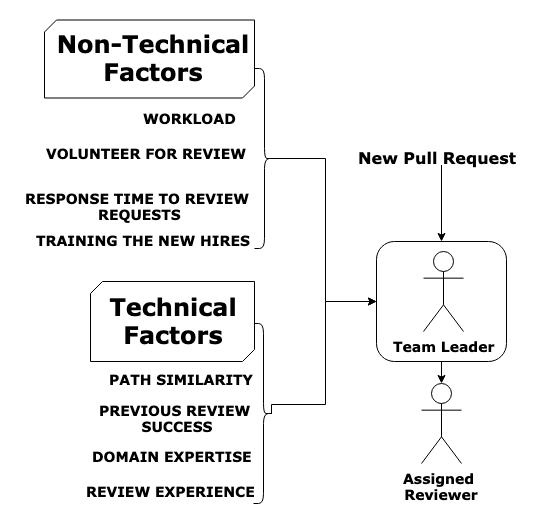
Above: img/real-life.png in emredogan7/esem2019-paper-presentation (draw.io), before the change. Source tidied: cells renumbered, new cells last; positions are measured from the earlier drawing's top-left corner, leaving out a move shared by most shapes.
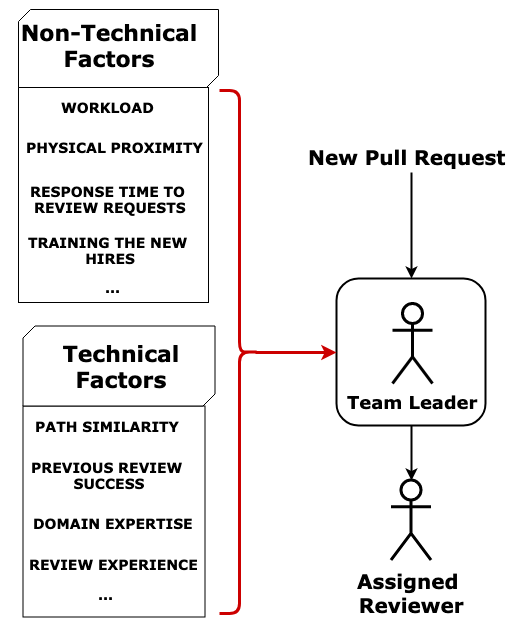
The same diagram one commit later.

Diff of the diagram source:
```diff
@@ -2,76 +2,77 @@
   <root>
     <mxCell id="0" />
     <mxCell id="1" parent="0" />
-    <mxCell id="2" style="edgeStyle=orthogonalEdgeStyle;rounded=0;jettySize=auto;html=1;exitX=0.5;exitY=1;exitDx=0;exitDy=0;entryX=0.5;entryY=0;entryDx=0;entryDy=0;entryPerimeter=0;" parent="1" edge="1" source="3" target="15">
+    <mxCell id="2" style="edgeStyle=orthogonalEdgeStyle;rounded=0;jettySize=auto;html=1;exitX=0.5;exitY=1;exitDx=0;exitDy=0;entryX=0.5;entryY=0;entryDx=0;entryDy=0;entryPerimeter=0;fontSize=13;strokeWidth=2;" parent="1" edge="1" source="3" target="15">
       <mxGeometry relative="1" as="geometry" />
     </mxCell>
-    <mxCell id="3" style="rounded=1;whiteSpace=wrap;html=1;" parent="1" vertex="1">
-      <mxGeometry x="357" y="221" width="130" height="120" as="geometry" />
+    <mxCell id="3" style="rounded=1;whiteSpace=wrap;html=1;fontSize=13;strokeWidth=2;" parent="1" vertex="1">
+      <mxGeometry x="357" y="241" width="149" height="147" as="geometry" />
     </mxCell>
-    <mxCell id="4" value="&lt;font face=&quot;Verdana&quot;&gt;&lt;span style=&quot;font-size: 14px&quot;&gt;&lt;b&gt;VOLUNTEER FOR REVIEW&lt;/b&gt;&lt;/span&gt;&lt;/font&gt;" style="text;html=1;align=left;verticalAlign=top;spacingTop=-4;" parent="1" vertex="1">
-      <mxGeometry x="25" y="123" width="220" height="20" as="geometry" />
-    </mxCell>
-    <mxCell id="5" value="&lt;font face=&quot;Verdana&quot;&gt;&lt;span style=&quot;font-size: 14px&quot;&gt;&lt;b&gt;WORKLOAD&lt;/b&gt;&lt;/span&gt;&lt;/font&gt;" style="text;html=1;align=center;verticalAlign=top;spacingTop=-4;" parent="1" vertex="1">
-      <mxGeometry x="115" y="88" width="110" height="20" as="geometry" />
-    </mxCell>
-    <mxCell id="6" value="&lt;b&gt;&lt;font face=&quot;Verdana&quot; style=&quot;font-size: 14px&quot;&gt;RESPONSE TIME&amp;nbsp;TO REVIEW &lt;br&gt;REQUESTS&lt;br&gt;&lt;/font&gt;&lt;/b&gt;" style="text;html=1;align=center;verticalAlign=top;spacingTop=-4;" parent="1" vertex="1">
-      <mxGeometry y="168" width="240" height="30" as="geometry" />
-    </mxCell>
-    <mxCell id="7" value="&lt;b&gt;&lt;font face=&quot;Verdana&quot; style=&quot;font-size: 14px&quot;&gt;TRAINING THE NEW HIRES&lt;/font&gt;&lt;/b&gt;" style="text;html=1;align=left;verticalAlign=top;spacingTop=-4;" parent="1" vertex="1">
-      <mxGeometry x="15" y="210" width="230" height="20" as="geometry" />
-    </mxCell>
-    <mxCell id="8" style="verticalLabelPosition=bottom;verticalAlign=top;html=1;shape=mxgraph.basic.diag_snip_rect;dx=6;" parent="1" vertex="1">
-      <mxGeometry x="25" y="-0.5" width="210" height="78" as="geometry" />
-    </mxCell>
-    <mxCell id="9" value="&lt;font face=&quot;Verdana&quot;&gt;&lt;span style=&quot;font-size: 24px&quot;&gt;&lt;b&gt;Non-Technical Factors&lt;/b&gt;&lt;/span&gt;&lt;/font&gt;" style="text;html=1;strokeColor=none;fillColor=none;align=center;verticalAlign=middle;whiteSpace=wrap;rounded=0;" parent="1" vertex="1">
-      <mxGeometry x="34" y="16.5" width="200" height="40" as="geometry" />
-    </mxCell>
-    <mxCell id="10" style="edgeStyle=orthogonalEdgeStyle;rounded=0;jettySize=auto;html=1;exitX=0.1;exitY=0.5;exitDx=0;exitDy=0;exitPerimeter=0;entryX=0;entryY=0.5;entryDx=0;entryDy=0;" parent="1" edge="1" source="11" target="3">
-      <mxGeometry relative="1" as="geometry" />
-    </mxCell>
-    <mxCell id="11" style="shape=curlyBracket;whiteSpace=wrap;html=1;rounded=1;rotation=0;direction=west;" parent="1" vertex="1">
-      <mxGeometry x="235" y="48" width="20" height="180" as="geometry" />
-    </mxCell>
-    <mxCell id="12" style="edgeStyle=orthogonalEdgeStyle;rounded=0;jettySize=auto;html=1;" parent="1" edge="1" source="13" target="3">
+    <mxCell id="12" style="edgeStyle=orthogonalEdgeStyle;rounded=0;jettySize=auto;html=1;fontSize=18;entryX=0.5;entryY=0;entryDx=0;entryDy=0;strokeWidth=2;" parent="1" edge="1" source="13" target="3">
       <mxGeometry relative="1" as="geometry" />
     </mxCell>
-    <mxCell id="13" value="&lt;font face=&quot;Verdana&quot; style=&quot;font-size: 16px&quot;&gt;&lt;b&gt;New Pull Request&lt;/b&gt;&lt;/font&gt;" style="text;html=1;points=[];align=left;verticalAlign=top;spacingTop=-4;" parent="1" vertex="1">
-      <mxGeometry x="337" y="124.5" width="170" height="20" as="geometry" />
+    <mxCell id="13" value="&lt;font face=&quot;Verdana&quot; size=&quot;1&quot;&gt;&lt;b style=&quot;font-size: 20px&quot;&gt;New Pull Request&lt;/b&gt;&lt;/font&gt;" style="text;html=1;points=[];align=left;verticalAlign=top;spacingTop=-4;fontSize=18;" parent="1" vertex="1">
+      <mxGeometry x="327" y="105" width="210" height="30" as="geometry" />
     </mxCell>
-    <mxCell id="14" value="&lt;font face=&quot;Verdana&quot;&gt;&lt;span style=&quot;font-size: 14px&quot;&gt;&lt;b&gt;Team Leader&lt;/b&gt;&lt;/span&gt;&lt;/font&gt;" style="shape=umlActor;verticalLabelPosition=bottom;labelBackgroundColor=#ffffff;verticalAlign=top;html=1;" parent="1" vertex="1">
-      <mxGeometry x="404" y="231" width="40" height="80" as="geometry" />
+    <mxCell id="14" value="&lt;font face=&quot;Verdana&quot; size=&quot;1&quot;&gt;&lt;b style=&quot;font-size: 18px&quot;&gt;Team Leader&lt;/b&gt;&lt;/font&gt;" style="shape=umlActor;verticalLabelPosition=bottom;labelBackgroundColor=#ffffff;verticalAlign=top;html=1;fontSize=13;strokeWidth=3;" parent="1" vertex="1">
+      <mxGeometry x="413" y="266" width="40" height="80" as="geometry" />
     </mxCell>
-    <mxCell id="15" value="&lt;font style=&quot;font-size: 14px&quot; face=&quot;Verdana&quot;&gt;&lt;b&gt;Assigned&amp;nbsp;&lt;br&gt;Reviewer&lt;/b&gt;&lt;/font&gt;" style="shape=umlActor;verticalLabelPosition=bottom;labelBackgroundColor=#ffffff;verticalAlign=top;html=1;outlineConnect=0;" parent="1" vertex="1">
-      <mxGeometry x="402" y="363" width="40" height="80" as="geometry" />
+    <mxCell id="15" value="&lt;font style=&quot;font-size: 20px&quot; face=&quot;Verdana&quot;&gt;&lt;b&gt;Assigned&amp;nbsp;&lt;br&gt;Reviewer&lt;/b&gt;&lt;/font&gt;" style="shape=umlActor;verticalLabelPosition=bottom;labelBackgroundColor=#ffffff;verticalAlign=top;html=1;outlineConnect=0;fontSize=13;strokeWidth=3;" parent="1" vertex="1">
+      <mxGeometry x="411.5" y="442.5" width="40" height="80" as="geometry" />
     </mxCell>
-    <mxCell id="16" style="edgeStyle=orthogonalEdgeStyle;rounded=0;jettySize=auto;html=1;exitX=0.1;exitY=0.5;exitDx=0;exitDy=0;exitPerimeter=0;entryX=0;entryY=0.5;entryDx=0;entryDy=0;" parent="1" edge="1" source="17" target="3">
-      <mxGeometry relative="1" as="geometry">
-        <Array as="points">
-          <mxPoint x="306" y="384" />
-          <mxPoint x="306" y="281" />
-        </Array>
-      </mxGeometry>
-    </mxCell>
-    <mxCell id="17" style="shape=curlyBracket;whiteSpace=wrap;html=1;rounded=1;rotation=180;" parent="1" vertex="1">
-      <mxGeometry x="234" y="303" width="20" height="180" as="geometry" />
-    </mxCell>
+    <mxCell id="24" style="rounded=0;whiteSpace=wrap;html=1;" parent="1" vertex="1">
+      <mxGeometry x="39" y="50" width="190" height="215" as="geometry" />
+    </mxCell>
+    <mxCell id="25" value="&lt;font face=&quot;Verdana&quot;&gt;&lt;span style=&quot;font-size: 14px&quot;&gt;&lt;b&gt;PHYSICAL PROXIMITY&lt;/b&gt;&lt;/span&gt;&lt;/font&gt;" style="text;html=1;align=center;verticalAlign=top;spacingTop=-4;" parent="1" vertex="1">
+      <mxGeometry x="40" y="100" width="190" height="20" as="geometry" />
+    </mxCell>
+    <mxCell id="5" value="&lt;font face=&quot;Verdana&quot;&gt;&lt;span style=&quot;font-size: 14px&quot;&gt;&lt;b&gt;WORKLOAD&lt;/b&gt;&lt;/span&gt;&lt;/font&gt;" style="text;html=1;align=center;verticalAlign=top;spacingTop=-4;" parent="1" vertex="1">
+      <mxGeometry x="73" y="59.5" width="110" height="20" as="geometry" />
+    </mxCell>
+    <mxCell id="6" value="&lt;b&gt;&lt;font face=&quot;Verdana&quot; style=&quot;font-size: 14px&quot;&gt;RESPONSE TIME&amp;nbsp;TO &lt;br&gt;REVIEW REQUESTS&lt;br&gt;&lt;/font&gt;&lt;/b&gt;" style="text;html=1;align=center;verticalAlign=top;spacingTop=-4;" parent="1" vertex="1">
+      <mxGeometry x="41" y="144" width="180" height="30" as="geometry" />
+    </mxCell>
+    <mxCell id="7" value="&lt;b&gt;&lt;font face=&quot;Verdana&quot; style=&quot;font-size: 14px&quot;&gt;TRAINING THE NEW&lt;br&gt;&amp;nbsp;HIRES&lt;/font&gt;&lt;/b&gt;" style="text;html=1;align=center;verticalAlign=top;spacingTop=-4;" parent="1" vertex="1">
+      <mxGeometry x="43" y="195" width="170" height="30" as="geometry" />
+    </mxCell>
+    <mxCell id="26" style="verticalLabelPosition=bottom;verticalAlign=top;html=1;shape=mxgraph.basic.diag_snip_rect;dx=6;" parent="1" vertex="1">
+      <mxGeometry x="39" y="-28" width="200" height="78" as="geometry" />
+    </mxCell>
+    <mxCell id="9" value="&lt;font face=&quot;Verdana&quot; size=&quot;1&quot;&gt;&lt;b style=&quot;font-size: 22px&quot;&gt;Non-Technical Factors&lt;/b&gt;&lt;/font&gt;" style="text;html=1;strokeColor=none;fillColor=none;align=center;verticalAlign=middle;whiteSpace=wrap;rounded=0;" parent="1" vertex="1">
+      <mxGeometry x="30" y="-12" width="200" height="40" as="geometry" />
+    </mxCell>
+    <mxCell id="27" value="&lt;b&gt;&lt;font face=&quot;Verdana&quot; style=&quot;font-size: 14px&quot;&gt;...&lt;/font&gt;&lt;/b&gt;" style="text;html=1;align=center;verticalAlign=top;spacingTop=-4;" parent="1" vertex="1">
+      <mxGeometry x="118" y="240" width="30" height="20" as="geometry" />
+    </mxCell>
+    <mxCell id="28" style="edgeStyle=orthogonalEdgeStyle;rounded=0;jettySize=auto;html=1;exitX=0.1;exitY=0.5;exitDx=0;exitDy=0;exitPerimeter=0;strokeColor=#CC0000;strokeWidth=3;" parent="1" edge="1" source="29" target="3">
+      <mxGeometry relative="1" as="geometry" />
+    </mxCell>
+    <mxCell id="29" style="shape=curlyBracket;whiteSpace=wrap;html=1;rounded=1;rotation=180;strokeColor=#CC0000;strokeWidth=3;" parent="1" vertex="1">
+      <mxGeometry x="240" y="53" width="40" height="523" as="geometry" />
+    </mxCell>
+    <mxCell id="30" style="rounded=0;whiteSpace=wrap;html=1;" parent="1" vertex="1">
+      <mxGeometry x="43.5" y="368.5" width="182" height="211" as="geometry" />
+    </mxCell>
     <mxCell id="18" value="&lt;font face=&quot;Verdana&quot; style=&quot;font-size: 14px&quot;&gt;&lt;b&gt;PATH SIMILARITY&lt;/b&gt;&lt;/font&gt;" style="text;html=1;align=left;verticalAlign=top;spacingTop=-4;" parent="1" vertex="1">
-      <mxGeometry x="88" y="349" width="160" height="20" as="geometry" />
+      <mxGeometry x="53.5" y="378.5" width="160" height="20" as="geometry" />
     </mxCell>
     <mxCell id="19" value="&lt;font face=&quot;Verdana&quot; style=&quot;font-size: 14px&quot;&gt;&lt;b&gt;PREVIOUS REVIEW&lt;br&gt;&amp;nbsp;SUCCESS&lt;/b&gt;&lt;/font&gt;" style="text;html=1;align=center;verticalAlign=top;spacingTop=-4;" parent="1" vertex="1">
-      <mxGeometry x="70" y="380" width="170" height="30" as="geometry" />
+      <mxGeometry x="42.5" y="420" width="170" height="30" as="geometry" />
     </mxCell>
     <mxCell id="20" value="&lt;b&gt;&lt;font face=&quot;Verdana&quot; style=&quot;font-size: 14px&quot;&gt;DOMAIN EXPERTISE&lt;/font&gt;&lt;/b&gt;" style="text;html=1;align=center;verticalAlign=top;spacingTop=-4;" parent="1" vertex="1">
-      <mxGeometry x="63" y="425.5" width="180" height="20" as="geometry" />
+      <mxGeometry x="43.5" y="476" width="180" height="20" as="geometry" />
     </mxCell>
     <mxCell id="21" value="&lt;b&gt;&lt;font face=&quot;Verdana&quot; style=&quot;font-size: 14px&quot;&gt;REVIEW EXPERIENCE&lt;/font&gt;&lt;/b&gt;" style="text;html=1;align=left;verticalAlign=top;spacingTop=-4;" parent="1" vertex="1">
-      <mxGeometry x="65" y="461" width="180" height="20" as="geometry" />
+      <mxGeometry x="47.5" y="516.5" width="180" height="20" as="geometry" />
     </mxCell>
-    <mxCell id="22" style="verticalLabelPosition=bottom;verticalAlign=top;html=1;shape=mxgraph.basic.diag_snip_rect;dx=6;" parent="1" vertex="1">
-      <mxGeometry x="71" y="261" width="164" height="80" as="geometry" />
-    </mxCell>
+    <mxCell id="31" style="verticalLabelPosition=bottom;verticalAlign=top;html=1;shape=mxgraph.basic.diag_snip_rect;dx=6;" parent="1" vertex="1">
+      <mxGeometry x="43.5" y="288.5" width="192" height="80" as="geometry" />
+    </mxCell>
-    <mxCell id="23" value="&lt;font face=&quot;Verdana&quot;&gt;&lt;span style=&quot;font-size: 24px&quot;&gt;&lt;b&gt;Technical Factors&lt;/b&gt;&lt;/span&gt;&lt;/font&gt;" style="text;html=1;strokeColor=none;fillColor=none;align=center;verticalAlign=middle;whiteSpace=wrap;rounded=0;" parent="1" vertex="1">
-      <mxGeometry x="89" y="280" width="130" height="40" as="geometry" />
+    <mxCell id="23" value="&lt;font face=&quot;Verdana&quot; size=&quot;1&quot;&gt;&lt;b style=&quot;font-size: 22px&quot;&gt;Technical Factors&lt;/b&gt;&lt;/font&gt;" style="text;html=1;strokeColor=none;fillColor=none;align=center;verticalAlign=middle;whiteSpace=wrap;rounded=0;" parent="1" vertex="1">
+      <mxGeometry x="76.5" y="308.5" width="130" height="40" as="geometry" />
     </mxCell>
+    <mxCell id="32" value="&lt;b&gt;&lt;font face=&quot;Verdana&quot; style=&quot;font-size: 14px&quot;&gt;...&lt;/font&gt;&lt;/b&gt;" style="text;html=1;align=center;verticalAlign=top;spacingTop=-4;" parent="1" vertex="1">
+      <mxGeometry x="111.5" y="547" width="30" height="20" as="geometry" />
+    </mxCell>
   </root>
 </mxGraphModel>
```
